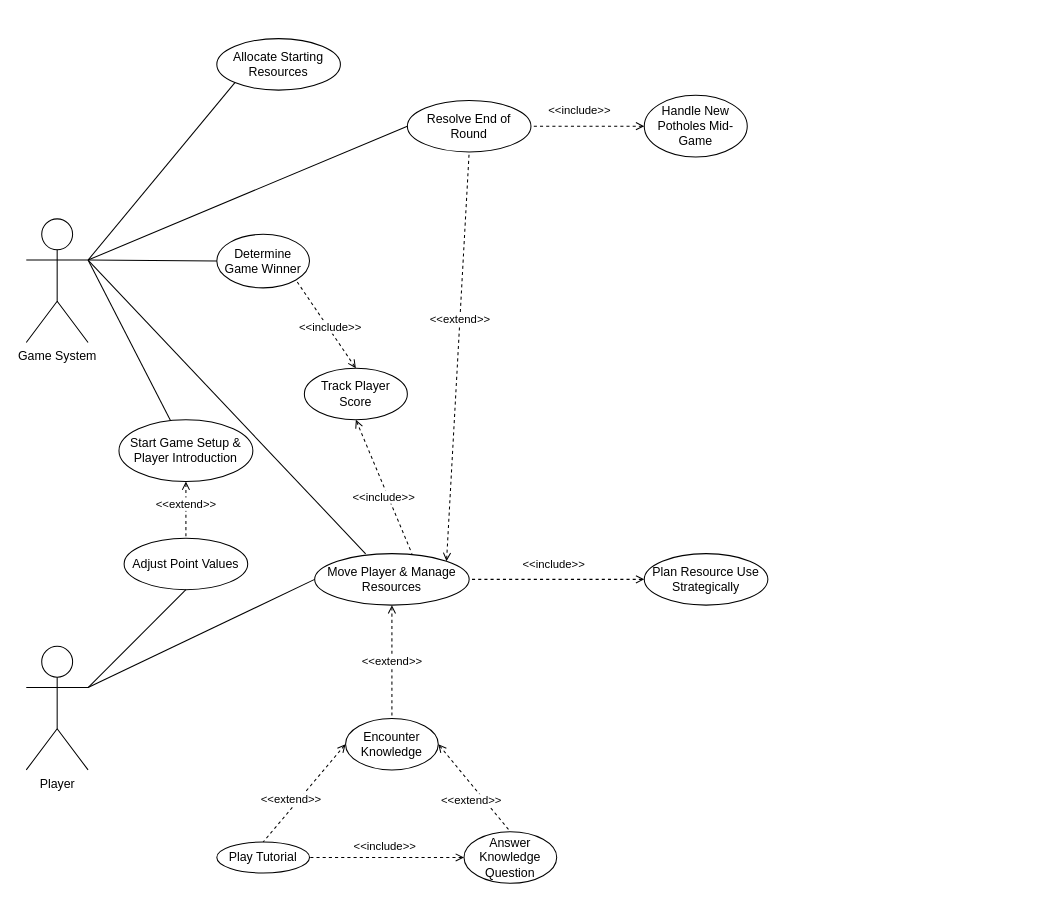
Above: PDF Report/Use cases/Use case diagram (WIP).drawio in Xelodico/engineers-without-borders (draw.io), before the change. Source tidied: cells renumbered, new cells numbered last; positions are measured from the earlier drawing's top-left corner, leaving out a move shared by most shapes. Both pictures are drawn from the tidied source at 103%, with x=0, y=0 at pixel (26, 38).
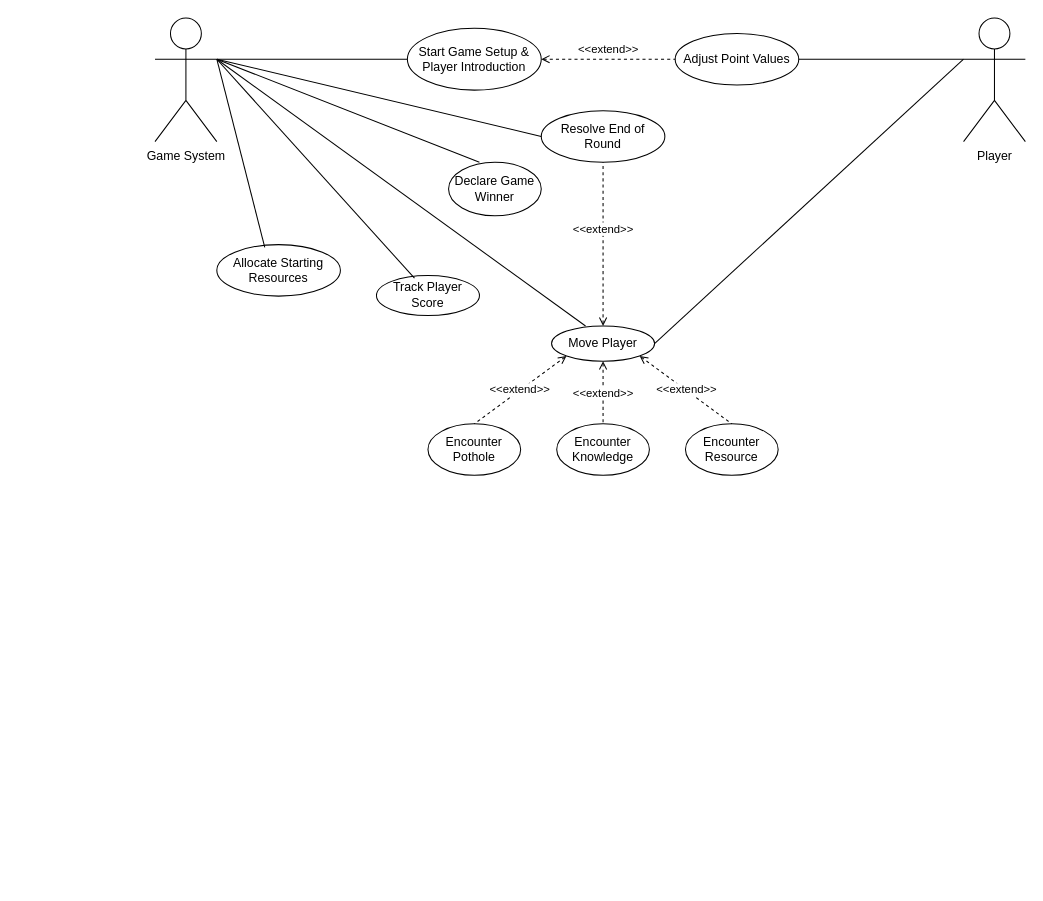
Above is the later version.

Change to the diagram source:
```diff
@@
     <mxCell id="3" value="Player" style="shape=umlActor;verticalLabelPosition=bottom;verticalAlign=top;html=1;outlineConnect=0;rounded=1;" parent="1" vertex="1">
-      <mxGeometry y="590" width="60" height="120" as="geometry" />
+      <mxGeometry x="910" y="-20" width="60" height="120" as="geometry" />
     </mxCell>
     <mxCell id="4" value="Start Game Setup &amp;amp; Player Introduction" style="ellipse;whiteSpace=wrap;html=1;verticalAlign=middle;rounded=1;align=center;labelPosition=center;verticalLabelPosition=middle;" parent="1" vertex="1">
-      <mxGeometry x="90" y="370" width="130" height="60" as="geometry" />
+      <mxGeometry x="370" y="-10" width="130" height="60" as="geometry" />
     </mxCell>
-    <mxCell id="5" value="&lt;div style=&quot;&quot;&gt;&amp;lt;&amp;lt;extend&amp;gt;&amp;gt;&lt;/div&gt;" style="rounded=0;jettySize=auto;html=1;exitX=1;exitY=0;exitDx=0;exitDy=0;entryX=0.5;entryY=1;entryDx=0;entryDy=0;endArrow=none;endFill=0;startArrow=open;startFill=0;dashed=1;align=center;jumpStyle=none;" parent="1" edge="1" source="6" target="7">
+    <mxCell id="5" value="&lt;div style=&quot;&quot;&gt;&amp;lt;&amp;lt;extend&amp;gt;&amp;gt;&lt;/div&gt;" style="rounded=0;jettySize=auto;html=1;exitX=0.5;exitY=0;exitDx=0;exitDy=0;entryX=0.5;entryY=1;entryDx=0;entryDy=0;endArrow=none;endFill=0;startArrow=open;startFill=0;dashed=1;align=center;jumpStyle=none;" parent="1" edge="1" source="6" target="7">
       <mxGeometry x="0.18" relative="1" as="geometry" />
     </mxCell>
-    <mxCell id="6" value="Move Player &amp;amp; Manage Resources" style="ellipse;whiteSpace=wrap;html=1;verticalAlign=middle;rounded=1;align=center;labelPosition=center;verticalLabelPosition=middle;" parent="1" vertex="1">
-      <mxGeometry x="280" y="500" width="150" height="50" as="geometry" />
+    <mxCell id="6" value="Move Player" style="ellipse;whiteSpace=wrap;html=1;verticalAlign=middle;rounded=1;align=center;labelPosition=center;verticalLabelPosition=middle;" parent="1" vertex="1">
+      <mxGeometry x="510" y="278.9" width="100" height="34.3" as="geometry" />
     </mxCell>
     <mxCell id="7" value="Resolve End of Round" style="ellipse;whiteSpace=wrap;html=1;verticalAlign=middle;rounded=1;align=center;labelPosition=center;verticalLabelPosition=middle;" parent="1" vertex="1">
-      <mxGeometry x="370" y="60" width="120" height="50" as="geometry" />
+      <mxGeometry x="500" y="70" width="120" height="50" as="geometry" />
     </mxCell>
-    <mxCell id="8" value="Determine Game Winner" style="ellipse;whiteSpace=wrap;html=1;verticalAlign=middle;rounded=1;align=center;labelPosition=center;verticalLabelPosition=middle;" parent="1" vertex="1">
-      <mxGeometry x="185" y="190" width="90" height="52" as="geometry" />
+    <mxCell id="8" value="Declare Game Winner" style="ellipse;whiteSpace=wrap;html=1;verticalAlign=middle;rounded=1;align=center;labelPosition=center;verticalLabelPosition=middle;" parent="1" vertex="1">
+      <mxGeometry x="410" y="120" width="90" height="52" as="geometry" />
     </mxCell>
     <mxCell id="9" value="Adjust Point Values" style="ellipse;whiteSpace=wrap;html=1;verticalAlign=middle;rounded=1;align=center;labelPosition=center;verticalLabelPosition=middle;" parent="1" vertex="1">
-      <mxGeometry x="95" y="485" width="120" height="50" as="geometry" />
+      <mxGeometry x="630" y="-5" width="120" height="50" as="geometry" />
     </mxCell>
-    <mxCell id="10" value="Plan Resource Use Strategically" style="ellipse;whiteSpace=wrap;html=1;verticalAlign=middle;rounded=1;align=center;labelPosition=center;verticalLabelPosition=middle;" parent="1" vertex="1">
-      <mxGeometry x="600" y="500" width="120" height="50" as="geometry" />
-    </mxCell>
-    <mxCell id="11" style="rounded=0;jettySize=auto;html=1;strokeColor=default;endArrow=none;endFill=0;exitX=0;exitY=0.5;exitDx=0;exitDy=0;entryX=1;entryY=0.3333333333333333;entryDx=0;entryDy=0;entryPerimeter=0;" parent="1" edge="1" source="6" target="3">
+    <mxCell id="11" style="rounded=0;jettySize=auto;html=1;strokeColor=default;endArrow=none;endFill=0;exitX=1;exitY=0.5;exitDx=0;exitDy=0;entryX=0;entryY=0.3333333333333333;entryDx=0;entryDy=0;entryPerimeter=0;" parent="1" edge="1" source="6" target="3">
       <mxGeometry relative="1" as="geometry" />
     </mxCell>
-    <mxCell id="12" value="Handle New Potholes Mid-Game" style="ellipse;whiteSpace=wrap;html=1;verticalAlign=middle;rounded=1;align=center;labelPosition=center;verticalLabelPosition=middle;" parent="1" vertex="1">
-      <mxGeometry x="600" y="55" width="100" height="60" as="geometry" />
-    </mxCell>
-    <mxCell id="13" value="&lt;div style=&quot;&quot;&gt;&amp;lt;&amp;lt;extend&amp;gt;&amp;gt;&lt;/div&gt;" style="rounded=0;jettySize=auto;html=1;entryX=0.5;entryY=0;entryDx=0;entryDy=0;endArrow=none;endFill=0;startArrow=open;startFill=0;dashed=1;align=center;jumpStyle=none;" parent="1" edge="1" source="4" target="9">
-      <mxGeometry x="-0.2" relative="1" as="geometry" />
+    <mxCell id="13" value="&lt;div style=&quot;&quot;&gt;&amp;lt;&amp;lt;extend&amp;gt;&amp;gt;&lt;/div&gt;" style="rounded=0;jettySize=auto;html=1;entryX=0;entryY=0.5;entryDx=0;entryDy=0;endArrow=none;endFill=0;startArrow=open;startFill=0;dashed=1;align=center;jumpStyle=none;" parent="1" edge="1" source="4" target="9">
+      <mxGeometry y="10" relative="1" as="geometry" />
     </mxCell>
-    <mxCell id="14" value="&lt;div style=&quot;&quot;&gt;&amp;lt;&amp;lt;include&amp;gt;&amp;gt;&lt;/div&gt;" style="rounded=0;jettySize=auto;html=1;exitX=0;exitY=0.5;exitDx=0;exitDy=0;endArrow=none;endFill=0;startArrow=open;startFill=0;dashed=1;align=center;jumpStyle=none;" parent="1" edge="1" source="12" target="7">
-      <mxGeometry x="0.14" y="-15" relative="1" as="geometry" />
-    </mxCell>
-    <mxCell id="15" value="&lt;div style=&quot;&quot;&gt;&amp;lt;&amp;lt;include&amp;gt;&amp;gt;&lt;/div&gt;" style="rounded=0;jettySize=auto;html=1;endArrow=none;endFill=0;startArrow=open;startFill=0;dashed=1;align=center;jumpStyle=none;entryX=1;entryY=1;entryDx=0;entryDy=0;exitX=0.5;exitY=0;exitDx=0;exitDy=0;" parent="1" edge="1" source="19" target="8">
-      <mxGeometry x="-0.09" y="-2" relative="1" as="geometry" />
-    </mxCell>
     <mxCell id="16" value="Game System" style="shape=umlActor;verticalLabelPosition=bottom;verticalAlign=top;html=1;outlineConnect=0;rounded=1;" parent="1" vertex="1">
-      <mxGeometry y="175" width="60" height="120" as="geometry" />
+      <mxGeometry x="125" y="-20" width="60" height="120" as="geometry" />
     </mxCell>
-    <mxCell id="17" style="rounded=0;jettySize=auto;html=1;strokeColor=default;endArrow=none;endFill=0;entryX=0;entryY=0.5;entryDx=0;entryDy=0;exitX=1;exitY=0.3333333333333333;exitDx=0;exitDy=0;exitPerimeter=0;" parent="1" edge="1" source="16" target="8">
+    <mxCell id="17" style="rounded=0;jettySize=auto;html=1;strokeColor=default;endArrow=none;endFill=0;entryX=0.333;entryY=0;entryDx=0;entryDy=0;exitX=1;exitY=0.3333333333333333;exitDx=0;exitDy=0;exitPerimeter=0;entryPerimeter=0;" parent="1" edge="1" source="16" target="8">
       <mxGeometry relative="1" as="geometry" />
     </mxCell>
@@
     <mxCell id="19" value="Track Player Score" style="ellipse;whiteSpace=wrap;html=1;verticalAlign=middle;rounded=1;align=center;labelPosition=center;verticalLabelPosition=middle;" parent="1" vertex="1">
-      <mxGeometry x="270" y="320" width="100" height="50" as="geometry" />
+      <mxGeometry x="340" y="230" width="100" height="38.9" as="geometry" />
     </mxCell>
-    <mxCell id="20" value="&lt;div style=&quot;&quot;&gt;&amp;lt;&amp;lt;include&amp;gt;&amp;gt;&lt;/div&gt;" style="rounded=0;jettySize=auto;html=1;endArrow=none;endFill=0;startArrow=open;startFill=0;dashed=1;align=center;jumpStyle=none;exitX=0.5;exitY=1;exitDx=0;exitDy=0;entryX=0.63;entryY=0.003;entryDx=0;entryDy=0;entryPerimeter=0;" parent="1" edge="1" source="19" target="6">
-      <mxGeometry x="0.14" y="-4" relative="1" as="geometry" />
-    </mxCell>
     <mxCell id="21" value="Allocate Starting Resources" style="ellipse;whiteSpace=wrap;html=1;verticalAlign=middle;rounded=1;align=center;labelPosition=center;verticalLabelPosition=middle;" parent="1" vertex="1">
-      <mxGeometry x="185" width="120" height="50" as="geometry" />
+      <mxGeometry x="185" y="200" width="120" height="50" as="geometry" />
     </mxCell>
-    <mxCell id="22" style="rounded=0;jettySize=auto;html=1;strokeColor=default;endArrow=none;endFill=0;entryX=0;entryY=1;entryDx=0;entryDy=0;exitX=1;exitY=0.3333333333333333;exitDx=0;exitDy=0;exitPerimeter=0;" parent="1" edge="1" source="16" target="21">
+    <mxCell id="22" style="rounded=0;jettySize=auto;html=1;strokeColor=default;endArrow=none;endFill=0;entryX=0.388;entryY=0.053;entryDx=0;entryDy=0;exitX=1;exitY=0.3333333333333333;exitDx=0;exitDy=0;exitPerimeter=0;entryPerimeter=0;" parent="1" edge="1" source="16" target="21">
       <mxGeometry relative="1" as="geometry" />
     </mxCell>
     <mxCell id="23" value="Encounter Knowledge" style="ellipse;whiteSpace=wrap;html=1;verticalAlign=middle;rounded=1;align=center;labelPosition=center;verticalLabelPosition=middle;" parent="1" vertex="1">
-      <mxGeometry x="310" y="660" width="90" height="50" as="geometry" />
+      <mxGeometry x="515" y="374" width="90" height="50" as="geometry" />
     </mxCell>
-    <mxCell id="24" value="Play Tutorial" style="ellipse;whiteSpace=wrap;html=1;verticalAlign=middle;rounded=1;align=center;labelPosition=center;verticalLabelPosition=middle;" parent="1" vertex="1">
-      <mxGeometry x="185" y="780" width="90" height="30" as="geometry" />
-    </mxCell>
-    <mxCell id="25" value="Answer Knowledge Question" style="ellipse;whiteSpace=wrap;html=1;verticalAlign=middle;rounded=1;align=center;labelPosition=center;verticalLabelPosition=middle;" parent="1" vertex="1">
-      <mxGeometry x="425" y="770" width="90" height="50" as="geometry" />
-    </mxCell>
-    <mxCell id="26" value="&lt;div style=&quot;&quot;&gt;&amp;lt;&amp;lt;extend&amp;gt;&amp;gt;&lt;/div&gt;" style="rounded=0;jettySize=auto;html=1;entryX=0.5;entryY=0;entryDx=0;entryDy=0;endArrow=none;endFill=0;startArrow=open;startFill=0;dashed=1;align=center;jumpStyle=none;exitX=0;exitY=0.5;exitDx=0;exitDy=0;" parent="1" edge="1" source="23" target="24">
-      <mxGeometry x="0.2" y="-6" relative="1" as="geometry" />
-    </mxCell>
-    <mxCell id="27" value="&lt;div style=&quot;&quot;&gt;&amp;lt;&amp;lt;extend&amp;gt;&amp;gt;&lt;/div&gt;" style="rounded=0;jettySize=auto;html=1;entryX=0.5;entryY=0;entryDx=0;entryDy=0;endArrow=none;endFill=0;startArrow=open;startFill=0;dashed=1;align=center;jumpStyle=none;exitX=1;exitY=0.5;exitDx=0;exitDy=0;" parent="1" edge="1" source="23" target="25">
-      <mxGeometry x="0.14" y="-10" relative="1" as="geometry" />
-    </mxCell>
-    <mxCell id="28" value="&lt;div style=&quot;&quot;&gt;&amp;lt;&amp;lt;include&amp;gt;&amp;gt;&lt;/div&gt;" style="rounded=0;jettySize=auto;html=1;exitX=0;exitY=0.5;exitDx=0;exitDy=0;endArrow=none;endFill=0;startArrow=open;startFill=0;dashed=1;align=center;jumpStyle=none;entryX=1;entryY=0.5;entryDx=0;entryDy=0;" parent="1" edge="1" source="25" target="24">
-      <mxGeometry x="0.02" y="-11" relative="1" as="geometry" />
-    </mxCell>
     <mxCell id="29" value="&lt;div style=&quot;&quot;&gt;&amp;lt;&amp;lt;extend&amp;gt;&amp;gt;&lt;/div&gt;" style="rounded=0;jettySize=auto;html=1;entryX=0.5;entryY=0;entryDx=0;entryDy=0;endArrow=none;endFill=0;startArrow=open;startFill=0;dashed=1;align=center;jumpStyle=none;exitX=0.5;exitY=1;exitDx=0;exitDy=0;" parent="1" edge="1" source="6" target="23">
-      <mxGeometry relative="1" as="geometry" />
+      <mxGeometry x="0.01" relative="1" as="geometry" />
     </mxCell>
@@
-    <mxCell id="31" value="&lt;div style=&quot;&quot;&gt;&amp;lt;&amp;lt;include&amp;gt;&amp;gt;&lt;/div&gt;" style="rounded=0;jettySize=auto;html=1;endArrow=none;endFill=0;startArrow=open;startFill=0;dashed=1;align=center;jumpStyle=none;exitX=0;exitY=0.5;exitDx=0;exitDy=0;entryX=1;entryY=0.5;entryDx=0;entryDy=0;" parent="1" edge="1" source="10" target="6">
-      <mxGeometry x="0.03" y="-15" relative="1" as="geometry" />
-    </mxCell>
-    <mxCell id="32" style="rounded=0;jettySize=auto;html=1;strokeColor=default;endArrow=none;endFill=0;exitX=0.5;exitY=1;exitDx=0;exitDy=0;" parent="1" edge="1" source="9">
-      <mxGeometry relative="1" as="geometry">
-        <mxPoint x="60" y="630" as="targetPoint" />
-      </mxGeometry>
+    <mxCell id="32" style="rounded=0;jettySize=auto;html=1;strokeColor=default;endArrow=none;endFill=0;exitX=1;exitY=0.5;exitDx=0;exitDy=0;entryX=0;entryY=0.3333333333333333;entryDx=0;entryDy=0;entryPerimeter=0;" parent="1" edge="1" source="9" target="3">
+      <mxGeometry relative="1" as="geometry" />
     </mxCell>
+    <mxCell id="33" value="Encounter Resource" style="ellipse;whiteSpace=wrap;html=1;verticalAlign=middle;rounded=1;align=center;labelPosition=center;verticalLabelPosition=middle;" parent="1" vertex="1">
+      <mxGeometry x="640" y="374" width="90" height="50" as="geometry" />
+    </mxCell>
+    <mxCell id="34" value="Encounter Pothole" style="ellipse;whiteSpace=wrap;html=1;verticalAlign=middle;rounded=1;align=center;labelPosition=center;verticalLabelPosition=middle;" parent="1" vertex="1">
+      <mxGeometry x="390" y="374" width="90" height="50" as="geometry" />
+    </mxCell>
+    <mxCell id="35" value="&lt;div style=&quot;&quot;&gt;&amp;lt;&amp;lt;extend&amp;gt;&amp;gt;&lt;/div&gt;" style="rounded=0;jettySize=auto;html=1;entryX=0.5;entryY=0;entryDx=0;entryDy=0;endArrow=none;endFill=0;startArrow=open;startFill=0;dashed=1;align=center;jumpStyle=none;exitX=0;exitY=1;exitDx=0;exitDy=0;" parent="1" edge="1" source="6" target="34">
+      <mxGeometry x="0.01" relative="1" as="geometry" />
+    </mxCell>
+    <mxCell id="36" value="&lt;div style=&quot;&quot;&gt;&amp;lt;&amp;lt;extend&amp;gt;&amp;gt;&lt;/div&gt;" style="rounded=0;jettySize=auto;html=1;entryX=0.5;entryY=0;entryDx=0;entryDy=0;endArrow=none;endFill=0;startArrow=open;startFill=0;dashed=1;align=center;jumpStyle=none;exitX=1;exitY=1;exitDx=0;exitDy=0;" parent="1" edge="1" source="6" target="33">
+      <mxGeometry x="0.01" relative="1" as="geometry" />
+    </mxCell>
+    <mxCell id="37" style="rounded=0;jettySize=auto;html=1;strokeColor=default;endArrow=none;endFill=0;entryX=0.369;entryY=0.066;entryDx=0;entryDy=0;exitX=1;exitY=0.3333333333333333;exitDx=0;exitDy=0;exitPerimeter=0;entryPerimeter=0;" parent="1" edge="1" source="16" target="19">
+      <mxGeometry relative="1" as="geometry" />
+    </mxCell>
```
